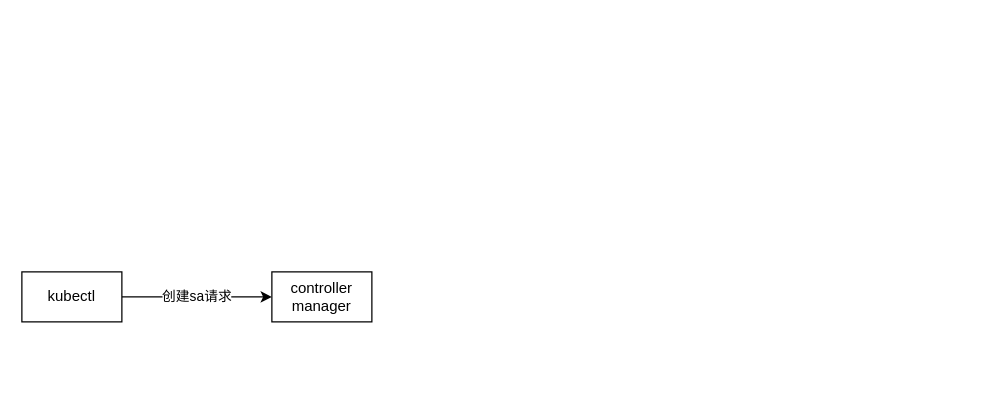
yiuked/diagram keeps this draw.io diagram as k8s-sa.drawio. Above is the earlier version. Source tidied: cells renumbered, new cells numbered last; positions are measured from the earlier drawing's top-left corner, leaving out a move shared by most shapes. Both pictures are drawn from the tidied source at 125%, with x=0, y=0 at pixel (21, 271).
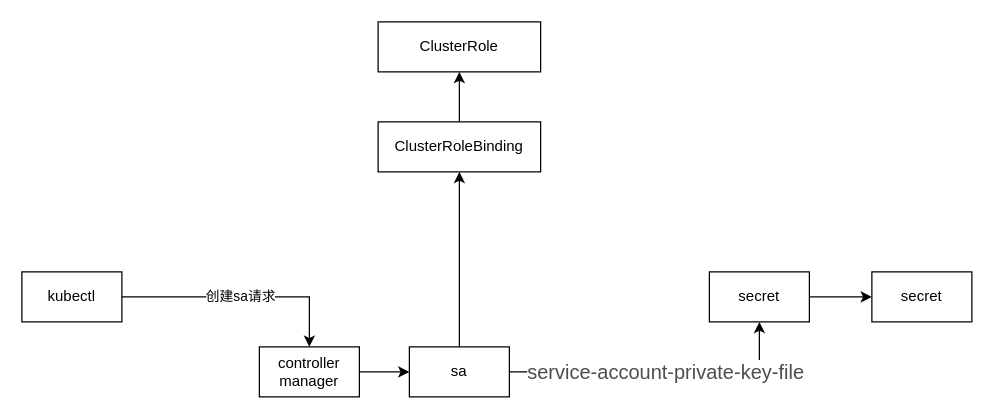
Above is the later version.

What changed in the source:
```diff
@@
 <mxGraphModel>
   <root>
     <mxCell id="0" />
     <mxCell id="1" parent="0" />
     <mxCell id="2" value="创建sa请求" style="edgeStyle=orthogonalEdgeStyle;rounded=0;jettySize=auto;html=1;exitX=1;exitY=0.5;exitDx=0;exitDy=0;" parent="1" edge="1" source="3" target="4">
       <mxGeometry relative="1" as="geometry" />
     </mxCell>
     <mxCell id="3" value="kubectl" style="rounded=0;whiteSpace=wrap;html=1;" parent="1" vertex="1">
       <mxGeometry width="80" height="40" as="geometry" />
     </mxCell>
+    <mxCell id="5" value="&lt;span style=&quot;color: rgb(77 , 77 , 77) ; font-size: 16px ; font-style: normal ; font-weight: 400 ; letter-spacing: normal ; text-indent: 0px ; text-transform: none ; word-spacing: 0px ; background-color: rgb(255 , 255 , 255) ; display: inline ; float: none&quot;&gt;service-account-private-key-file&lt;/span&gt;" style="edgeStyle=orthogonalEdgeStyle;rounded=0;jettySize=auto;html=1;exitX=1;exitY=0.5;exitDx=0;exitDy=0;" parent="1" edge="1" source="10" target="8">
+      <mxGeometry x="0.04" relative="1" as="geometry" />
+    </mxCell>
+    <mxCell id="6" style="edgeStyle=orthogonalEdgeStyle;rounded=0;jettySize=auto;html=1;exitX=1;exitY=0.5;exitDx=0;exitDy=0;entryX=0;entryY=0.5;entryDx=0;entryDy=0;" parent="1" edge="1" source="4" target="10">
+      <mxGeometry relative="1" as="geometry" />
+    </mxCell>
     <mxCell id="4" value="controller manager" style="rounded=0;whiteSpace=wrap;html=1;" parent="1" vertex="1">
-      <mxGeometry x="200" width="80" height="40" as="geometry" />
+      <mxGeometry x="190" y="60" width="80" height="40" as="geometry" />
     </mxCell>
+    <mxCell id="7" style="edgeStyle=orthogonalEdgeStyle;rounded=0;jettySize=auto;html=1;exitX=1;exitY=0.5;exitDx=0;exitDy=0;entryX=0;entryY=0.5;entryDx=0;entryDy=0;" parent="1" edge="1" source="8" target="11">
+      <mxGeometry relative="1" as="geometry" />
+    </mxCell>
+    <mxCell id="8" value="secret" style="rounded=0;whiteSpace=wrap;html=1;" parent="1" vertex="1">
+      <mxGeometry x="550" width="80" height="40" as="geometry" />
+    </mxCell>
+    <mxCell id="9" style="edgeStyle=orthogonalEdgeStyle;rounded=0;jettySize=auto;html=1;exitX=0.5;exitY=0;exitDx=0;exitDy=0;" parent="1" edge="1" source="10">
+      <mxGeometry relative="1" as="geometry">
+        <mxPoint x="350" y="-80" as="targetPoint" />
+      </mxGeometry>
+    </mxCell>
+    <mxCell id="10" value="sa" style="rounded=0;whiteSpace=wrap;html=1;" parent="1" vertex="1">
+      <mxGeometry x="310" y="60" width="80" height="40" as="geometry" />
+    </mxCell>
+    <mxCell id="11" value="secret" style="rounded=0;whiteSpace=wrap;html=1;" parent="1" vertex="1">
+      <mxGeometry x="680" width="80" height="40" as="geometry" />
+    </mxCell>
+    <mxCell id="12" style="edgeStyle=orthogonalEdgeStyle;rounded=0;jettySize=auto;html=1;exitX=0.5;exitY=0;exitDx=0;exitDy=0;entryX=0.5;entryY=1;entryDx=0;entryDy=0;" parent="1" edge="1" source="13" target="14">
+      <mxGeometry relative="1" as="geometry" />
+    </mxCell>
+    <mxCell id="13" value="ClusterRoleBinding" style="rounded=0;whiteSpace=wrap;html=1;" parent="1" vertex="1">
+      <mxGeometry x="285" y="-120" width="130" height="40" as="geometry" />
+    </mxCell>
+    <mxCell id="14" value="ClusterRole" style="rounded=0;whiteSpace=wrap;html=1;" parent="1" vertex="1">
+      <mxGeometry x="285" y="-200" width="130" height="40" as="geometry" />
+    </mxCell>
   </root>
 </mxGraphModel>
```
